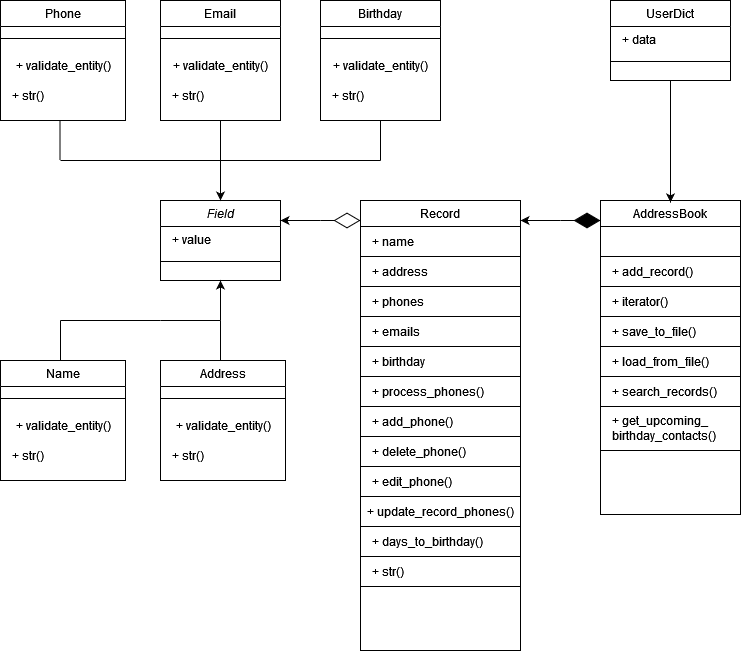
Earlier version of the draw.io export Classes_diagram_SOLID.drawio.png (Maximus-22/Py16-web-hw01). Source tidied: cells renumbered, new cells last; positions are measured from the earlier drawing's top-left corner, leaving out a move shared by most shapes. Source of this version:
```xml
<mxGraphModel>
  <root>
    <mxCell id="0" />
    <mxCell id="1" parent="0" />
    <mxCell id="2" value="Field" style="swimlane;fontStyle=2;align=center;verticalAlign=top;horizontal=1;startSize=26;rounded=0;shadow=0;strokeWidth=1;" parent="1" vertex="1">
      <mxGeometry x="160" y="200" width="120" height="80" as="geometry" />
    </mxCell>
    <mxCell id="3" value="+ value" style="text;align=left;verticalAlign=top;spacingLeft=10;spacingRight=4;overflow=hidden;rounded=0;shadow=0;html=0;" parent="2" vertex="1">
      <mxGeometry y="26" width="120" height="26" as="geometry" />
    </mxCell>
    <mxCell id="4" style="line;html=1;strokeWidth=1;align=left;verticalAlign=middle;spacingTop=-1;spacingLeft=3;spacingRight=3;labelPosition=right;" parent="2" vertex="1">
      <mxGeometry y="52" width="120" height="18" as="geometry" />
    </mxCell>
    <mxCell id="5" style="endArrow=none;html=1;rounded=0;" parent="1" edge="1">
      <mxGeometry relative="1" as="geometry">
        <mxPoint x="60" y="160" as="sourcePoint" />
        <mxPoint x="380" y="160" as="targetPoint" />
      </mxGeometry>
    </mxCell>
    <mxCell id="6" style="endArrow=none;html=1;rounded=0;entryX=0.5;entryY=1;entryDx=0;entryDy=0;" parent="1" edge="1">
      <mxGeometry relative="1" as="geometry">
        <mxPoint x="59.5" y="160" as="sourcePoint" />
        <mxPoint x="59.5" y="120" as="targetPoint" />
      </mxGeometry>
    </mxCell>
    <mxCell id="7" style="endArrow=none;html=1;rounded=0;entryX=0.5;entryY=1;entryDx=0;entryDy=0;" parent="1" edge="1" target="14">
      <mxGeometry relative="1" as="geometry">
        <mxPoint x="220" y="160" as="sourcePoint" />
      </mxGeometry>
    </mxCell>
    <mxCell id="8" style="endArrow=none;html=1;rounded=0;entryX=0.5;entryY=1;entryDx=0;entryDy=0;" parent="1" edge="1" target="22">
      <mxGeometry relative="1" as="geometry">
        <mxPoint x="380" y="160" as="sourcePoint" />
      </mxGeometry>
    </mxCell>
    <mxCell id="9" style="endArrow=none;html=1;rounded=0;" parent="1" edge="1">
      <mxGeometry relative="1" as="geometry">
        <mxPoint x="220" y="320" as="sourcePoint" />
        <mxPoint x="160" y="320" as="targetPoint" />
      </mxGeometry>
    </mxCell>
    <mxCell id="10" style="endArrow=classic;html=1;rounded=0;entryX=0.5;entryY=0;entryDx=0;entryDy=0;" parent="1" edge="1" target="2">
      <mxGeometry relative="1" as="geometry">
        <mxPoint x="220" y="160" as="sourcePoint" />
      </mxGeometry>
    </mxCell>
    <mxCell id="11" style="endArrow=classic;html=1;rounded=0;entryX=0.5;entryY=1;entryDx=0;entryDy=0;" parent="1" edge="1" target="2">
      <mxGeometry relative="1" as="geometry">
        <mxPoint x="220" y="320" as="sourcePoint" />
      </mxGeometry>
    </mxCell>
    <mxCell id="12" style="endArrow=none;html=1;rounded=0;exitX=0.5;exitY=0;exitDx=0;exitDy=0;" parent="1" edge="1">
      <mxGeometry relative="1" as="geometry">
        <mxPoint x="60" y="360" as="sourcePoint" />
        <mxPoint x="60" y="320" as="targetPoint" />
      </mxGeometry>
    </mxCell>
    <mxCell id="13" style="endArrow=none;html=1;rounded=0;" parent="1" edge="1">
      <mxGeometry relative="1" as="geometry">
        <mxPoint x="60" y="320" as="sourcePoint" />
        <mxPoint x="160" y="320" as="targetPoint" />
      </mxGeometry>
    </mxCell>
    <mxCell id="14" value="Email&#10;" style="swimlane;fontStyle=0;align=center;verticalAlign=top;horizontal=1;startSize=26;rounded=0;shadow=0;strokeWidth=1;" parent="1" vertex="1">
      <mxGeometry x="160" width="120" height="120" as="geometry" />
    </mxCell>
    <mxCell id="15" style="line;html=1;strokeWidth=1;align=left;verticalAlign=middle;spacingTop=-1;spacingLeft=3;spacingRight=3;labelPosition=right;" parent="14" vertex="1">
      <mxGeometry y="26" width="120" height="24" as="geometry" />
    </mxCell>
    <mxCell id="16" value="&lt;div align=&quot;center&quot;&gt;+ validate_entity()&lt;/div&gt;" style="text;html=1;align=center;verticalAlign=middle;strokeColor=none;fillColor=none;" parent="14" vertex="1">
      <mxGeometry y="50" width="120" height="30" as="geometry" />
    </mxCell>
    <mxCell id="17" value="+ str()" style="text;html=1;align=left;verticalAlign=middle;strokeColor=none;fillColor=none;spacingLeft=10;" parent="14" vertex="1">
      <mxGeometry y="80" width="120" height="30" as="geometry" />
    </mxCell>
    <mxCell id="18" value="Phone" style="swimlane;fontStyle=0;align=center;verticalAlign=top;horizontal=1;startSize=26;rounded=0;shadow=0;strokeWidth=1;" parent="1" vertex="1">
      <mxGeometry width="125" height="120" as="geometry" />
    </mxCell>
    <mxCell id="19" style="line;html=1;strokeWidth=1;align=left;verticalAlign=middle;spacingTop=-1;spacingLeft=3;spacingRight=3;labelPosition=right;" parent="18" vertex="1">
      <mxGeometry y="26" width="125" height="24" as="geometry" />
    </mxCell>
    <mxCell id="20" value="&lt;div align=&quot;center&quot;&gt;+ validate_entity()&lt;/div&gt;" style="text;html=1;align=center;verticalAlign=middle;strokeColor=none;fillColor=none;" parent="18" vertex="1">
      <mxGeometry y="50" width="125" height="30" as="geometry" />
    </mxCell>
    <mxCell id="21" value="+ str()" style="text;html=1;align=left;verticalAlign=middle;strokeColor=none;fillColor=none;spacingLeft=10;" parent="18" vertex="1">
      <mxGeometry y="80" width="125" height="30" as="geometry" />
    </mxCell>
    <mxCell id="22" value="Birthday" style="swimlane;fontStyle=0;align=center;verticalAlign=top;horizontal=1;startSize=26;rounded=0;shadow=0;strokeWidth=1;strokeColor=default;" parent="1" vertex="1">
      <mxGeometry x="320" width="120" height="120" as="geometry" />
    </mxCell>
    <mxCell id="23" style="line;html=1;strokeWidth=1;align=left;verticalAlign=middle;spacingTop=-1;spacingLeft=3;spacingRight=3;labelPosition=right;" parent="22" vertex="1">
      <mxGeometry y="26" width="120" height="24" as="geometry" />
    </mxCell>
    <mxCell id="24" value="&lt;div align=&quot;center&quot;&gt;+ validate_entity()&lt;/div&gt;" style="text;html=1;align=center;verticalAlign=middle;strokeColor=none;fillColor=none;" parent="22" vertex="1">
      <mxGeometry y="50" width="120" height="30" as="geometry" />
    </mxCell>
    <mxCell id="25" value="+ str()" style="text;html=1;align=left;verticalAlign=middle;strokeColor=none;fillColor=none;spacingLeft=10;" parent="22" vertex="1">
      <mxGeometry y="80" width="120" height="30" as="geometry" />
    </mxCell>
    <mxCell id="26" style="endArrow=none;html=1;rounded=0;exitX=0.5;exitY=0;exitDx=0;exitDy=0;" parent="1" edge="1">
      <mxGeometry relative="1" as="geometry">
        <mxPoint x="220" y="360" as="sourcePoint" />
        <mxPoint x="220" y="320" as="targetPoint" />
      </mxGeometry>
    </mxCell>
    <mxCell id="27" value="AddressBook" style="swimlane;align=center;verticalAlign=top;horizontal=1;startSize=26;rounded=0;shadow=0;strokeWidth=1;strokeColor=default;fontStyle=0;" parent="1" vertex="1">
      <mxGeometry x="600" y="200" width="140" height="314" as="geometry" />
    </mxCell>
    <mxCell id="28" value="&lt;div&gt;&amp;nbsp;&lt;br&gt;&lt;/div&gt;" style="text;html=1;align=left;verticalAlign=middle;strokeColor=default;fillColor=none;spacingTop=0;spacingLeft=10;" parent="27" vertex="1">
      <mxGeometry y="26" width="140" height="30" as="geometry" />
    </mxCell>
    <mxCell id="29" value="+ add_record()" style="text;html=1;align=left;verticalAlign=middle;strokeColor=default;fillColor=none;spacingLeft=10;" parent="27" vertex="1">
      <mxGeometry y="56" width="140" height="30" as="geometry" />
    </mxCell>
    <mxCell id="30" value="+ iterator()" style="text;html=1;align=left;verticalAlign=middle;strokeColor=default;fillColor=none;spacingLeft=10;" parent="27" vertex="1">
      <mxGeometry y="86" width="140" height="30" as="geometry" />
    </mxCell>
    <mxCell id="31" value="+ save_to_file()" style="text;html=1;align=left;verticalAlign=middle;strokeColor=none;fillColor=none;spacingLeft=10;" parent="27" vertex="1">
      <mxGeometry y="116" width="140" height="30" as="geometry" />
    </mxCell>
    <mxCell id="32" value="+ load_from_file()" style="text;html=1;align=left;verticalAlign=middle;strokeColor=default;fillColor=none;spacingLeft=10;" parent="27" vertex="1">
      <mxGeometry y="146" width="140" height="30" as="geometry" />
    </mxCell>
    <mxCell id="33" value="&lt;div align=&quot;left&quot;&gt;+ search_records()&lt;/div&gt;" style="text;html=1;align=left;verticalAlign=middle;strokeColor=default;fillColor=none;spacingLeft=10;" parent="27" vertex="1">
      <mxGeometry y="176" width="140" height="30" as="geometry" />
    </mxCell>
    <mxCell id="34" value="&lt;div&gt;+ get_upcoming_&lt;/div&gt;&lt;div&gt;birthday_contacts()&lt;/div&gt;" style="html=1;whiteSpace=wrap;align=left;spacingLeft=10;" parent="27" vertex="1">
      <mxGeometry y="206" width="140" height="44" as="geometry" />
    </mxCell>
    <mxCell id="35" style="line;html=1;strokeWidth=1;align=left;verticalAlign=middle;spacingTop=-1;spacingLeft=3;spacingRight=3;labelPosition=right;strokeColor=none;" parent="27" vertex="1">
      <mxGeometry y="250" width="140" height="64" as="geometry" />
    </mxCell>
    <mxCell id="36" value="UserDict" style="swimlane;fontStyle=0;align=center;verticalAlign=top;horizontal=1;startSize=26;rounded=0;shadow=0;strokeWidth=1;" parent="1" vertex="1">
      <mxGeometry x="610" width="120" height="80" as="geometry" />
    </mxCell>
    <mxCell id="37" value="+ data" style="text;align=left;verticalAlign=top;spacingLeft=10;spacingRight=4;overflow=hidden;rounded=0;shadow=0;html=0;" parent="36" vertex="1">
      <mxGeometry y="26" width="120" height="26" as="geometry" />
    </mxCell>
    <mxCell id="38" style="line;html=1;strokeWidth=1;align=left;verticalAlign=middle;spacingTop=-1;spacingLeft=3;spacingRight=3;labelPosition=right;" parent="36" vertex="1">
      <mxGeometry y="52" width="120" height="18" as="geometry" />
    </mxCell>
    <mxCell id="39" value="Record" style="swimlane;align=center;verticalAlign=top;horizontal=1;startSize=26;rounded=0;shadow=0;strokeWidth=1;strokeColor=default;fontStyle=0;" parent="1" vertex="1">
      <mxGeometry x="360" y="200" width="160" height="450" as="geometry" />
    </mxCell>
    <mxCell id="40" value="&lt;div&gt;+ name&lt;/div&gt;" style="text;html=1;align=left;verticalAlign=middle;strokeColor=default;fillColor=none;spacingTop=0;spacingLeft=10;" parent="39" vertex="1">
      <mxGeometry y="26" width="160" height="30" as="geometry" />
    </mxCell>
    <mxCell id="41" value="+ address" style="text;html=1;align=left;verticalAlign=middle;strokeColor=default;fillColor=none;spacingLeft=10;" parent="39" vertex="1">
      <mxGeometry y="56" width="160" height="30" as="geometry" />
    </mxCell>
    <mxCell id="42" value="+ phones" style="text;html=1;align=left;verticalAlign=middle;strokeColor=default;fillColor=none;spacingLeft=10;" parent="39" vertex="1">
      <mxGeometry y="86" width="160" height="30" as="geometry" />
    </mxCell>
    <mxCell id="43" value="+ emails" style="text;html=1;align=left;verticalAlign=middle;strokeColor=none;fillColor=none;spacingLeft=10;" parent="39" vertex="1">
      <mxGeometry y="116" width="160" height="30" as="geometry" />
    </mxCell>
    <mxCell id="44" value="+ birthday" style="text;html=1;align=left;verticalAlign=middle;strokeColor=default;fillColor=none;spacingLeft=10;" parent="39" vertex="1">
      <mxGeometry y="146" width="160" height="30" as="geometry" />
    </mxCell>
    <mxCell id="45" value="&lt;div align=&quot;left&quot;&gt;+ process_phones()&lt;/div&gt;" style="text;html=1;align=left;verticalAlign=middle;strokeColor=default;fillColor=none;spacingLeft=10;" parent="39" vertex="1">
      <mxGeometry y="176" width="160" height="30" as="geometry" />
    </mxCell>
    <mxCell id="46" value="+ add_phone()" style="text;html=1;align=left;verticalAlign=middle;strokeColor=default;fillColor=none;spacingLeft=10;" parent="39" vertex="1">
      <mxGeometry y="206" width="160" height="30" as="geometry" />
    </mxCell>
    <mxCell id="47" value="+ delete_phone()" style="text;html=1;align=left;verticalAlign=middle;strokeColor=default;fillColor=none;spacingLeft=10;" parent="39" vertex="1">
      <mxGeometry y="236" width="160" height="30" as="geometry" />
    </mxCell>
    <mxCell id="48" value="+ edit_phone()" style="text;html=1;align=left;verticalAlign=middle;strokeColor=default;fillColor=none;spacingLeft=10;" parent="39" vertex="1">
      <mxGeometry y="266" width="160" height="30" as="geometry" />
    </mxCell>
    <mxCell id="49" value="&lt;div&gt;+ update_record_phones()&lt;/div&gt;" style="text;html=1;align=center;verticalAlign=middle;strokeColor=default;fillColor=none;" parent="39" vertex="1">
      <mxGeometry y="296" width="160" height="30" as="geometry" />
    </mxCell>
    <mxCell id="50" value="+ days_to_birthday()" style="text;html=1;align=left;verticalAlign=middle;strokeColor=default;fillColor=none;spacingLeft=10;" parent="39" vertex="1">
      <mxGeometry y="326" width="160" height="30" as="geometry" />
    </mxCell>
    <mxCell id="51" value="+ str()" style="text;html=1;align=left;verticalAlign=middle;strokeColor=default;fillColor=none;spacingLeft=10;" parent="39" vertex="1">
      <mxGeometry y="356" width="160" height="30" as="geometry" />
    </mxCell>
    <mxCell id="52" style="line;html=1;strokeWidth=1;align=left;verticalAlign=middle;spacingTop=-1;spacingLeft=3;spacingRight=3;labelPosition=right;strokeColor=none;" parent="39" vertex="1">
      <mxGeometry y="386" width="160" height="64" as="geometry" />
    </mxCell>
    <mxCell id="53" style="endArrow=classic;html=1;rounded=0;exitX=0.5;exitY=1;exitDx=0;exitDy=0;entryX=0.5;entryY=0.006;entryDx=0;entryDy=0;entryPerimeter=0;" parent="1" edge="1" source="36" target="27">
      <mxGeometry relative="1" as="geometry" />
    </mxCell>
    <mxCell id="54" style="endArrow=diamondThin;endFill=1;endSize=24;html=1;rounded=0;" parent="1" edge="1">
      <mxGeometry relative="1" as="geometry">
        <mxPoint x="560" y="220" as="sourcePoint" />
        <mxPoint x="600" y="220" as="targetPoint" />
      </mxGeometry>
    </mxCell>
    <mxCell id="55" style="endArrow=diamondThin;endFill=0;endSize=24;html=1;rounded=0;" parent="1" edge="1">
      <mxGeometry relative="1" as="geometry">
        <mxPoint x="320" y="220" as="sourcePoint" />
        <mxPoint x="360" y="220" as="targetPoint" />
      </mxGeometry>
    </mxCell>
    <mxCell id="56" style="endArrow=classic;html=1;rounded=0;entryX=1;entryY=0.25;entryDx=0;entryDy=0;" parent="1" edge="1" target="2">
      <mxGeometry relative="1" as="geometry">
        <mxPoint x="320" y="220" as="sourcePoint" />
      </mxGeometry>
    </mxCell>
    <mxCell id="57" style="endArrow=classic;html=1;rounded=0;entryX=1;entryY=0.25;entryDx=0;entryDy=0;" parent="1" edge="1">
      <mxGeometry relative="1" as="geometry">
        <mxPoint x="560" y="220" as="sourcePoint" />
        <mxPoint x="520" y="220" as="targetPoint" />
      </mxGeometry>
    </mxCell>
    <mxCell id="58" value="Name" style="swimlane;fontStyle=0;align=center;verticalAlign=top;horizontal=1;startSize=26;rounded=0;shadow=0;strokeWidth=1;" parent="1" vertex="1">
      <mxGeometry y="360" width="125" height="120" as="geometry" />
    </mxCell>
    <mxCell id="59" style="line;html=1;strokeWidth=1;align=left;verticalAlign=middle;spacingTop=-1;spacingLeft=3;spacingRight=3;labelPosition=right;" parent="58" vertex="1">
      <mxGeometry y="26" width="125" height="24" as="geometry" />
    </mxCell>
    <mxCell id="60" value="&lt;div align=&quot;center&quot;&gt;+ validate_entity()&lt;/div&gt;" style="text;html=1;align=center;verticalAlign=middle;strokeColor=none;fillColor=none;" parent="58" vertex="1">
      <mxGeometry y="50" width="125" height="30" as="geometry" />
    </mxCell>
    <mxCell id="61" value="+ str()" style="text;html=1;align=left;verticalAlign=middle;strokeColor=none;fillColor=none;spacingLeft=10;" parent="58" vertex="1">
      <mxGeometry y="80" width="125" height="30" as="geometry" />
    </mxCell>
    <mxCell id="62" value="Address" style="swimlane;fontStyle=0;align=center;verticalAlign=top;horizontal=1;startSize=26;rounded=0;shadow=0;strokeWidth=1;" parent="1" vertex="1">
      <mxGeometry x="160" y="360" width="125" height="120" as="geometry" />
    </mxCell>
    <mxCell id="63" style="line;html=1;strokeWidth=1;align=left;verticalAlign=middle;spacingTop=-1;spacingLeft=3;spacingRight=3;labelPosition=right;" parent="62" vertex="1">
      <mxGeometry y="26" width="125" height="24" as="geometry" />
    </mxCell>
    <mxCell id="64" value="&lt;div align=&quot;center&quot;&gt;+ validate_entity()&lt;/div&gt;" style="text;html=1;align=center;verticalAlign=middle;strokeColor=none;fillColor=none;" parent="62" vertex="1">
      <mxGeometry y="50" width="125" height="30" as="geometry" />
    </mxCell>
    <mxCell id="65" value="+ str()" style="text;html=1;align=left;verticalAlign=middle;strokeColor=none;fillColor=none;spacingLeft=10;" parent="62" vertex="1">
      <mxGeometry y="80" width="125" height="30" as="geometry" />
    </mxCell>
  </root>
</mxGraphModel>
```
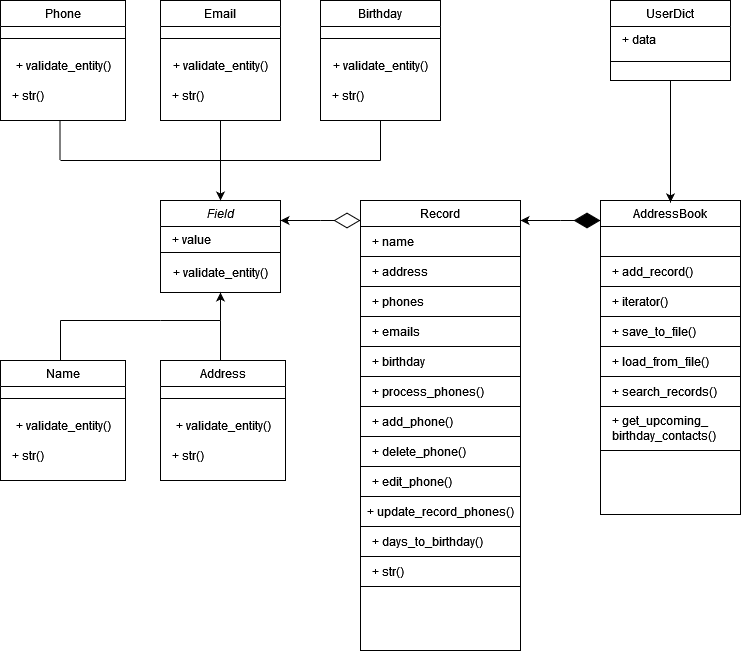
Later version of the same file.

Diff of the diagram source:
```diff
@@ -3,14 +3,14 @@
     <mxCell id="0" />
     <mxCell id="1" parent="0" />
     <mxCell id="2" value="Field" style="swimlane;fontStyle=2;align=center;verticalAlign=top;horizontal=1;startSize=26;rounded=0;shadow=0;strokeWidth=1;" parent="1" vertex="1">
-      <mxGeometry x="160" y="200" width="120" height="80" as="geometry" />
+      <mxGeometry x="160" y="200" width="120" height="92" as="geometry" />
     </mxCell>
     <mxCell id="3" value="+ value" style="text;align=left;verticalAlign=top;spacingLeft=10;spacingRight=4;overflow=hidden;rounded=0;shadow=0;html=0;" parent="2" vertex="1">
       <mxGeometry y="26" width="120" height="26" as="geometry" />
     </mxCell>
-    <mxCell id="4" style="line;html=1;strokeWidth=1;align=left;verticalAlign=middle;spacingTop=-1;spacingLeft=3;spacingRight=3;labelPosition=right;" parent="2" vertex="1">
-      <mxGeometry y="52" width="120" height="18" as="geometry" />
-    </mxCell>
+    <mxCell id="66" value="&lt;div align=&quot;center&quot;&gt;+ validate_entity()&lt;/div&gt;" style="html=1;whiteSpace=wrap;" parent="2" vertex="1">
+      <mxGeometry y="52" width="120" height="40" as="geometry" />
+    </mxCell>
     <mxCell id="5" style="endArrow=none;html=1;rounded=0;" parent="1" edge="1">
       <mxGeometry relative="1" as="geometry">
         <mxPoint x="60" y="160" as="sourcePoint" />
@@ -196,9 +196,10 @@
         <mxPoint x="360" y="220" as="targetPoint" />
       </mxGeometry>
     </mxCell>
-    <mxCell id="56" style="endArrow=classic;html=1;rounded=0;entryX=1;entryY=0.25;entryDx=0;entryDy=0;" parent="1" edge="1" target="2">
+    <mxCell id="56" style="endArrow=classic;html=1;rounded=0;" parent="1" edge="1">
       <mxGeometry relative="1" as="geometry">
         <mxPoint x="320" y="220" as="sourcePoint" />
+        <mxPoint x="280" y="220" as="targetPoint" />
       </mxGeometry>
     </mxCell>
     <mxCell id="57" style="endArrow=classic;html=1;rounded=0;entryX=1;entryY=0.25;entryDx=0;entryDy=0;" parent="1" edge="1">
```
